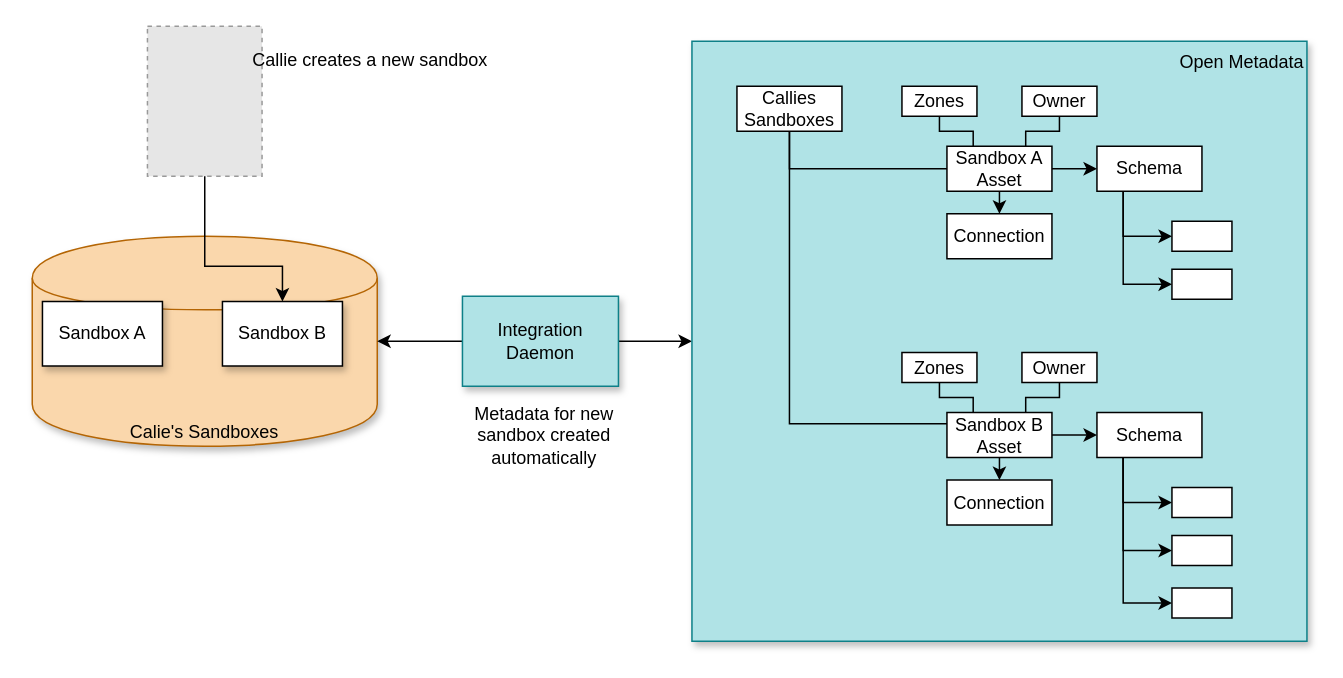
Before: page "Integrated" (6 of 8) of site/docs/patterns/metadata-manager/cataloging-assets.drawio in odpi/egeria-docs, a draw.io diagram. Source tidied: cells renumbered, new cells numbered last; positions are measured from the earlier drawing's top-left corner, leaving out a move shared by most shapes. Both pictures are drawn from the tidied source at 150%, with x=0, y=0 at pixel (32, 26). Pictures stored in the file or linked from it are replaced by grey dashed boxes.
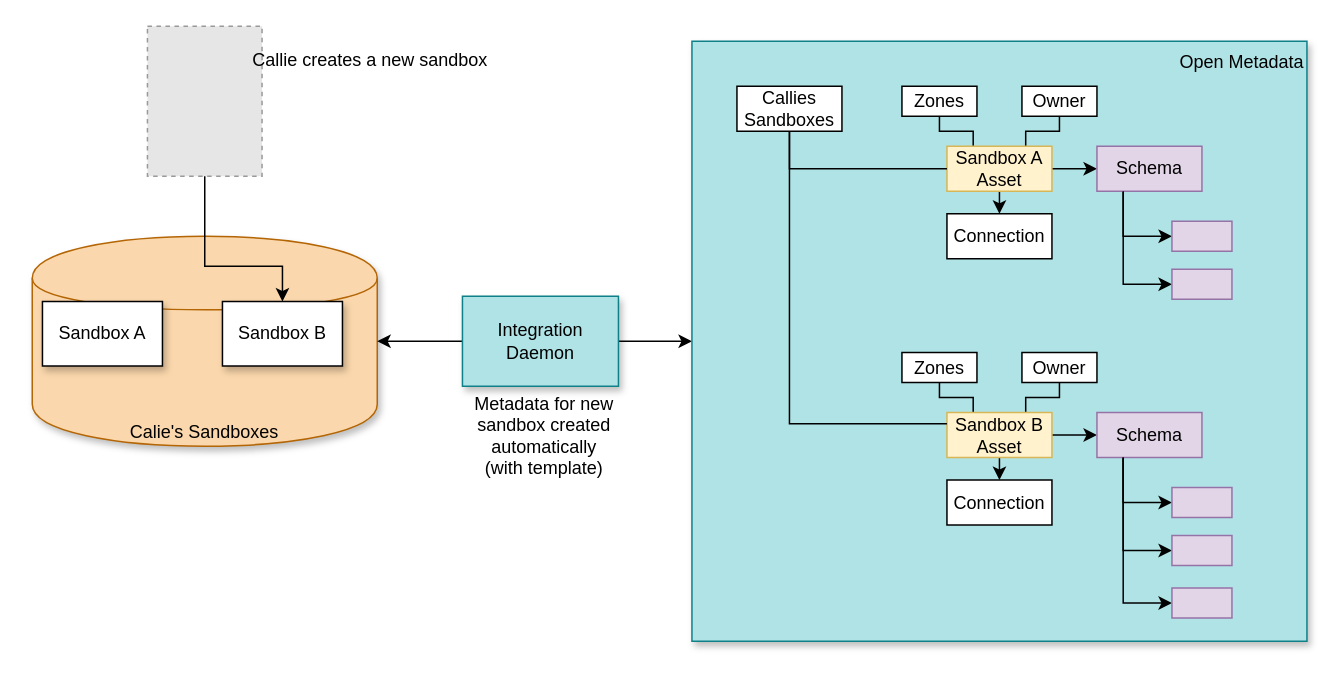
The same page after the edit.

What changed in the source:
```diff
@@
-    <mxCell id="12" value="Sandbox A&lt;br&gt;Asset" style="rounded=0;whiteSpace=wrap;html=1;" parent="1" vertex="1">
+    <mxCell id="12" value="Sandbox A&lt;br&gt;Asset" style="rounded=0;whiteSpace=wrap;html=1;fillColor=#fff2cc;strokeColor=#d6b656;" parent="1" vertex="1">
       <mxGeometry x="609.8" y="80" width="70" height="30" as="geometry" />
     </mxCell>
@@
-    <mxCell id="14" value="Schema" style="rounded=0;whiteSpace=wrap;html=1;" parent="1" vertex="1">
+    <mxCell id="14" value="Schema" style="rounded=0;whiteSpace=wrap;html=1;fillColor=#e1d5e7;strokeColor=#9673a6;" parent="1" vertex="1">
       <mxGeometry x="709.8" y="80" width="70" height="30" as="geometry" />
     </mxCell>
-    <mxCell id="15" style="rounded=0;whiteSpace=wrap;html=1;" parent="1" vertex="1">
+    <mxCell id="15" style="rounded=0;whiteSpace=wrap;html=1;fillColor=#e1d5e7;strokeColor=#9673a6;" parent="1" vertex="1">
       <mxGeometry x="759.8" y="130" width="40" height="20" as="geometry" />
     </mxCell>
@@
-    <mxCell id="17" style="rounded=0;whiteSpace=wrap;html=1;" parent="1" vertex="1">
+    <mxCell id="17" style="rounded=0;whiteSpace=wrap;html=1;fillColor=#e1d5e7;strokeColor=#9673a6;" parent="1" vertex="1">
       <mxGeometry x="759.8" y="162" width="40" height="20" as="geometry" />
     </mxCell>
@@
-    <mxCell id="25" value="Sandbox B&lt;br&gt;Asset" style="rounded=0;whiteSpace=wrap;html=1;" parent="1" vertex="1">
+    <mxCell id="25" value="Sandbox B&lt;br&gt;Asset" style="rounded=0;whiteSpace=wrap;html=1;fillColor=#fff2cc;strokeColor=#d6b656;" parent="1" vertex="1">
       <mxGeometry x="609.8" y="257.5" width="70" height="30" as="geometry" />
     </mxCell>
@@
-    <mxCell id="27" value="Schema" style="rounded=0;whiteSpace=wrap;html=1;" parent="1" vertex="1">
+    <mxCell id="27" value="Schema" style="rounded=0;whiteSpace=wrap;html=1;fillColor=#e1d5e7;strokeColor=#9673a6;" parent="1" vertex="1">
       <mxGeometry x="709.8" y="257.5" width="70" height="30" as="geometry" />
     </mxCell>
-    <mxCell id="28" style="rounded=0;whiteSpace=wrap;html=1;" parent="1" vertex="1">
+    <mxCell id="28" style="rounded=0;whiteSpace=wrap;html=1;fillColor=#e1d5e7;strokeColor=#9673a6;" parent="1" vertex="1">
       <mxGeometry x="759.8" y="307.5" width="40" height="20" as="geometry" />
     </mxCell>
@@
-    <mxCell id="30" style="rounded=0;whiteSpace=wrap;html=1;" parent="1" vertex="1">
+    <mxCell id="30" style="rounded=0;whiteSpace=wrap;html=1;fillColor=#e1d5e7;strokeColor=#9673a6;" parent="1" vertex="1">
       <mxGeometry x="759.8" y="339.5" width="40" height="20" as="geometry" />
     </mxCell>
@@
-    <mxCell id="35" style="rounded=0;whiteSpace=wrap;html=1;" parent="1" vertex="1">
+    <mxCell id="35" style="rounded=0;whiteSpace=wrap;html=1;fillColor=#e1d5e7;strokeColor=#9673a6;" parent="1" vertex="1">
       <mxGeometry x="759.8" y="374.5" width="40" height="20" as="geometry" />
     </mxCell>
@@
-    <mxCell id="42" value="Metadata for new&lt;br&gt;sandbox created&lt;br&gt;automatically" style="text;html=1;align=center;verticalAlign=middle;" parent="1" vertex="1">
-      <mxGeometry x="285.8" y="247.5" width="110" height="50" as="geometry" />
+    <mxCell id="42" value="Metadata for new&lt;br&gt;sandbox created&lt;br&gt;automatically&lt;br&gt;(with template)" style="text;html=1;align=center;verticalAlign=middle;" parent="1" vertex="1">
+      <mxGeometry x="280.8" y="237.5" width="120" height="70" as="geometry" />
     </mxCell>
```
